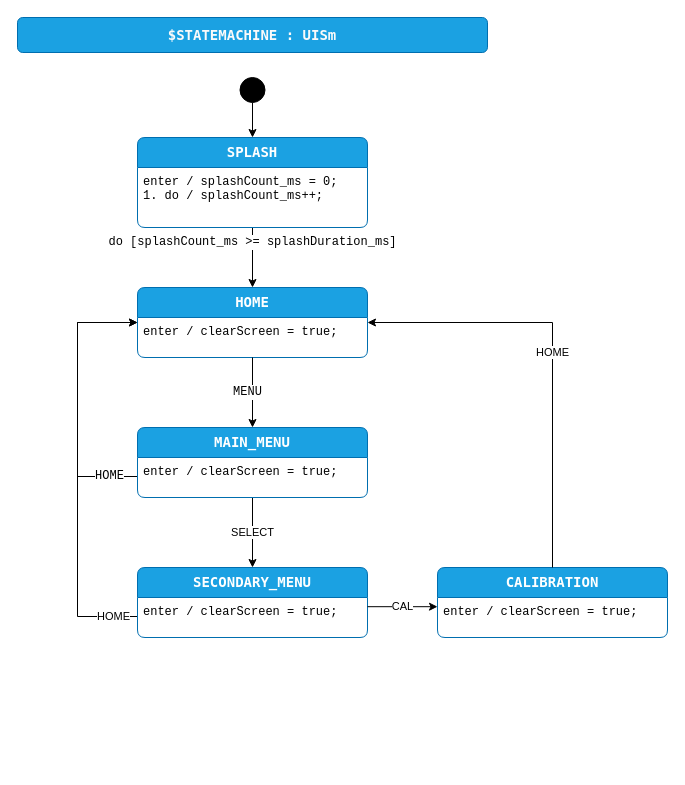
Above: page "design" (1 of 3) of code/src/PhoenixSketch/UISm.drawio in KI3P/Phoenix (draw.io), before the change. Source tidied: cells renumbered, new cells numbered last; positions are measured from the earlier drawing's top-left corner, leaving out a move shared by most shapes. Both pictures are drawn from the tidied source at 100%, with x=0, y=0 at pixel (17, 17).
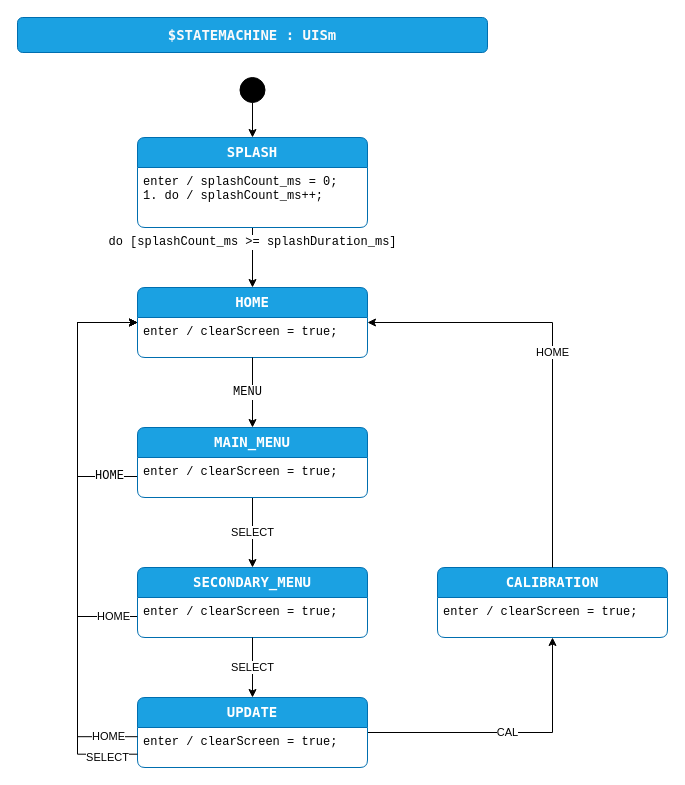
After the change.

The change refers to these unchanged cells:
```xml
<mxCell id="8" value="HOME" style="shape=swimlane;align=center;verticalAlign=top;fontFamily=Lucida Console;startSize=30;fontSize=14;fontStyle=1;fontColor=#ffffff;fillColor=#1ba1e2;swimlaneFillColor=default;rounded=1;arcSize=15;absoluteArcSize=1;points=[[0,0,0,0,0],[0,0.06,0,0,0],[0,0.13,0,0,0],[0,0.19,0,0,0],[0,0.25,0,0,0],[0,0.31,0,0,0],[0,0.38,0,0,0],[0,0.44,0,0,0],[0,0.5,0,0,0],[0,0.56,0,0,0],[0,0.63,0,0,0],[0,0.69,0,0,0],[0,0.75,0,0,0],[0,0.81,0,0,0],[0,0.88,0,0,0],[0,0.94,0,0,0],[0,1,0,0,0],[0.06,0,0,0,0],[0.06,1,0,0,0],[0.13,0,0,0,0],[0.13,1,0,0,0],[0.19,0,0,0,0],[0.19,1,0,0,0],[0.25,0,0,0,0],[0.25,1,0,0,0],[0.31,0,0,0,0],[0.31,1,0,0,0],[0.38,0,0,0,0],[0.38,1,0,0,0],[0.44,0,0,0,0],[0.44,1,0,0,0],[0.5,0,0,0,0],[0.5,1,0,0,0],[0.56,0,0,0,0],[0.56,1,0,0,0],[0.63,0,0,0,0],[0.63,1,0,0,0],[0.69,0,0,0,0],[0.69,1,0,0,0],[0.75,0,0,0,0],[0.75,1,0,0,0],[0.81,0,0,0,0],[0.81,1,0,0,0],[0.88,0,0,0,0],[0.88,1,0,0,0],[0.94,0,0,0,0],[0.94,1,0,0,0],[1,0,0,0,0],[1,0.06,0,0,0],[1,0.13,0,0,0],[1,0.19,0,0,0],[1,0.25,0,0,0],[1,0.31,0,0,0],[1,0.38,0,0,0],[1,0.44,0,0,0],[1,0.5,0,0,0],[1,0.56,0,0,0],[1,0.63,0,0,0],[1,0.69,0,0,0],[1,0.75,0,0,0],[1,0.81,0,0,0],[1,0.88,0,0,0],[1,0.94,0,0,0],[1,1,0,0,0]];strokeColor=#006EAF;" parent="1" vertex="1">
  <mxGeometry x="120" y="270" width="230" height="70" as="geometry" />
</mxCell>
<mxCell id="16" value="SECONDARY_MENU" style="shape=swimlane;align=center;verticalAlign=top;fontFamily=Lucida Console;startSize=30;fontSize=14;fontStyle=1;fontColor=#ffffff;fillColor=#1ba1e2;swimlaneFillColor=default;rounded=1;arcSize=15;absoluteArcSize=1;points=[[0,0,0,0,0],[0,0.06,0,0,0],[0,0.13,0,0,0],[0,0.19,0,0,0],[0,0.25,0,0,0],[0,0.31,0,0,0],[0,0.38,0,0,0],[0,0.44,0,0,0],[0,0.5,0,0,0],[0,0.56,0,0,0],[0,0.63,0,0,0],[0,0.69,0,0,0],[0,0.75,0,0,0],[0,0.81,0,0,0],[0,0.88,0,0,0],[0,0.94,0,0,0],[0,1,0,0,0],[0.06,0,0,0,0],[0.06,1,0,0,0],[0.13,0,0,0,0],[0.13,1,0,0,0],[0.19,0,0,0,0],[0.19,1,0,0,0],[0.25,0,0,0,0],[0.25,1,0,0,0],[0.31,0,0,0,0],[0.31,1,0,0,0],[0.38,0,0,0,0],[0.38,1,0,0,0],[0.44,0,0,0,0],[0.44,1,0,0,0],[0.5,0,0,0,0],[0.5,1,0,0,0],[0.56,0,0,0,0],[0.56,1,0,0,0],[0.63,0,0,0,0],[0.63,1,0,0,0],[0.69,0,0,0,0],[0.69,1,0,0,0],[0.75,0,0,0,0],[0.75,1,0,0,0],[0.81,0,0,0,0],[0.81,1,0,0,0],[0.88,0,0,0,0],[0.88,1,0,0,0],[0.94,0,0,0,0],[0.94,1,0,0,0],[1,0,0,0,0],[1,0.06,0,0,0],[1,0.13,0,0,0],[1,0.19,0,0,0],[1,0.25,0,0,0],[1,0.31,0,0,0],[1,0.38,0,0,0],[1,0.44,0,0,0],[1,0.5,0,0,0],[1,0.56,0,0,0],[1,0.63,0,0,0],[1,0.69,0,0,0],[1,0.75,0,0,0],[1,0.81,0,0,0],[1,0.88,0,0,0],[1,0.94,0,0,0],[1,1,0,0,0]];strokeColor=#006EAF;" parent="1" vertex="1">
  <mxGeometry x="120" y="550" width="230" height="70" as="geometry" />
</mxCell>
<mxCell id="18" value="CALIBRATION" style="shape=swimlane;align=center;verticalAlign=top;fontFamily=Lucida Console;startSize=30;fontSize=14;fontStyle=1;fontColor=#ffffff;fillColor=#1ba1e2;swimlaneFillColor=default;rounded=1;arcSize=15;absoluteArcSize=1;points=[[0,0,0,0,0],[0,0.06,0,0,0],[0,0.13,0,0,0],[0,0.19,0,0,0],[0,0.25,0,0,0],[0,0.31,0,0,0],[0,0.38,0,0,0],[0,0.44,0,0,0],[0,0.5,0,0,0],[0,0.56,0,0,0],[0,0.63,0,0,0],[0,0.69,0,0,0],[0,0.75,0,0,0],[0,0.81,0,0,0],[0,0.88,0,0,0],[0,0.94,0,0,0],[0,1,0,0,0],[0.06,0,0,0,0],[0.06,1,0,0,0],[0.13,0,0,0,0],[0.13,1,0,0,0],[0.19,0,0,0,0],[0.19,1,0,0,0],[0.25,0,0,0,0],[0.25,1,0,0,0],[0.31,0,0,0,0],[0.31,1,0,0,0],[0.38,0,0,0,0],[0.38,1,0,0,0],[0.44,0,0,0,0],[0.44,1,0,0,0],[0.5,0,0,0,0],[0.5,1,0,0,0],[0.56,0,0,0,0],[0.56,1,0,0,0],[0.63,0,0,0,0],[0.63,1,0,0,0],[0.69,0,0,0,0],[0.69,1,0,0,0],[0.75,0,0,0,0],[0.75,1,0,0,0],[0.81,0,0,0,0],[0.81,1,0,0,0],[0.88,0,0,0,0],[0.88,1,0,0,0],[0.94,0,0,0,0],[0.94,1,0,0,0],[1,0,0,0,0],[1,0.06,0,0,0],[1,0.13,0,0,0],[1,0.19,0,0,0],[1,0.25,0,0,0],[1,0.31,0,0,0],[1,0.38,0,0,0],[1,0.44,0,0,0],[1,0.5,0,0,0],[1,0.56,0,0,0],[1,0.63,0,0,0],[1,0.69,0,0,0],[1,0.75,0,0,0],[1,0.81,0,0,0],[1,0.88,0,0,0],[1,0.94,0,0,0],[1,1,0,0,0]];strokeColor=#006EAF;" parent="1" vertex="1">
  <mxGeometry x="420" y="550" width="230" height="70" as="geometry" />
</mxCell>
```

Diff of the diagram source:
```diff
@@
-    <mxCell id="20" value="CAL" style="edgeStyle=orthogonalEdgeStyle;rounded=0;jettySize=auto;html=1;exitX=1;exitY=0.56;exitDx=0;exitDy=0;exitPerimeter=0;entryX=0;entryY=0.56;entryDx=0;entryDy=0;entryPerimeter=0;" parent="1" edge="1" source="16" target="18">
+    <mxCell id="20" value="CAL" style="edgeStyle=orthogonalEdgeStyle;rounded=0;jettySize=auto;html=1;exitX=1;exitY=0.5;exitDx=0;exitDy=0;exitPerimeter=0;entryX=0.5;entryY=1;entryDx=0;entryDy=0;entryPerimeter=0;" parent="1" edge="1" source="22" target="18">
       <mxGeometry relative="1" as="geometry" />
     </mxCell>
@@
+    <mxCell id="22" value="UPDATE" style="shape=swimlane;align=center;verticalAlign=top;fontFamily=Lucida Console;startSize=30;fontSize=14;fontStyle=1;fontColor=#ffffff;fillColor=#1ba1e2;swimlaneFillColor=default;rounded=1;arcSize=15;absoluteArcSize=1;points=[[0,0,0,0,0],[0,0.06,0,0,0],[0,0.13,0,0,0],[0,0.19,0,0,0],[0,0.25,0,0,0],[0,0.31,0,0,0],[0,0.38,0,0,0],[0,0.44,0,0,0],[0,0.5,0,0,0],[0,0.56,0,0,0],[0,0.63,0,0,0],[0,0.69,0,0,0],[0,0.75,0,0,0],[0,0.81,0,0,0],[0,0.88,0,0,0],[0,0.94,0,0,0],[0,1,0,0,0],[0.06,0,0,0,0],[0.06,1,0,0,0],[0.13,0,0,0,0],[0.13,1,0,0,0],[0.19,0,0,0,0],[0.19,1,0,0,0],[0.25,0,0,0,0],[0.25,1,0,0,0],[0.31,0,0,0,0],[0.31,1,0,0,0],[0.38,0,0,0,0],[0.38,1,0,0,0],[0.44,0,0,0,0],[0.44,1,0,0,0],[0.5,0,0,0,0],[0.5,1,0,0,0],[0.56,0,0,0,0],[0.56,1,0,0,0],[0.63,0,0,0,0],[0.63,1,0,0,0],[0.69,0,0,0,0],[0.69,1,0,0,0],[0.75,0,0,0,0],[0.75,1,0,0,0],[0.81,0,0,0,0],[0.81,1,0,0,0],[0.88,0,0,0,0],[0.88,1,0,0,0],[0.94,0,0,0,0],[0.94,1,0,0,0],[1,0,0,0,0],[1,0.06,0,0,0],[1,0.13,0,0,0],[1,0.19,0,0,0],[1,0.25,0,0,0],[1,0.31,0,0,0],[1,0.38,0,0,0],[1,0.44,0,0,0],[1,0.5,0,0,0],[1,0.56,0,0,0],[1,0.63,0,0,0],[1,0.69,0,0,0],[1,0.75,0,0,0],[1,0.81,0,0,0],[1,0.88,0,0,0],[1,0.94,0,0,0],[1,1,0,0,0]];strokeColor=#006EAF;" parent="1" vertex="1">
+      <mxGeometry x="120" y="680" width="230" height="70" as="geometry" />
+    </mxCell>
+    <mxCell id="23" value="enter / clearScreen = true;" style="fontFamily=Courier New;align=left;verticalAlign=top;fillColor=none;gradientColor=none;strokeColor=none;rounded=0;spacingLeft=4;" parent="22" vertex="1">
+      <mxGeometry y="30" width="230" height="30" as="geometry" />
+    </mxCell>
+    <mxCell id="24" value="SELECT" style="edgeStyle=orthogonalEdgeStyle;rounded=0;jettySize=auto;html=1;exitX=0.5;exitY=1;exitDx=0;exitDy=0;exitPerimeter=0;entryX=0.5;entryY=0;entryDx=0;entryDy=0;entryPerimeter=0;" parent="1" edge="1" source="16" target="22">
+      <mxGeometry relative="1" as="geometry" />
+    </mxCell>
+    <mxCell id="25" value="HOME" style="edgeStyle=orthogonalEdgeStyle;rounded=0;jettySize=auto;html=1;exitX=0;exitY=0.56;exitDx=0;exitDy=0;exitPerimeter=0;entryX=0;entryY=0.5;entryDx=0;entryDy=0;entryPerimeter=0;" parent="1" edge="1" source="22" target="8">
+      <mxGeometry x="-0.89" relative="1" as="geometry">
+        <Array as="points">
+          <mxPoint x="60" y="719" />
+          <mxPoint x="60" y="305" />
+        </Array>
+      </mxGeometry>
+    </mxCell>
+    <mxCell id="26" value="SELECT" style="edgeStyle=orthogonalEdgeStyle;rounded=0;jettySize=auto;html=1;exitX=0;exitY=0.81;exitDx=0;exitDy=0;exitPerimeter=0;entryX=0;entryY=0.5;entryDx=0;entryDy=0;entryPerimeter=0;" parent="1" edge="1" source="22" target="8">
+      <mxGeometry x="-0.89" y="3" relative="1" as="geometry">
+        <Array as="points">
+          <mxPoint x="60" y="737" />
+          <mxPoint x="60" y="305" />
+        </Array>
+      </mxGeometry>
+    </mxCell>
```
